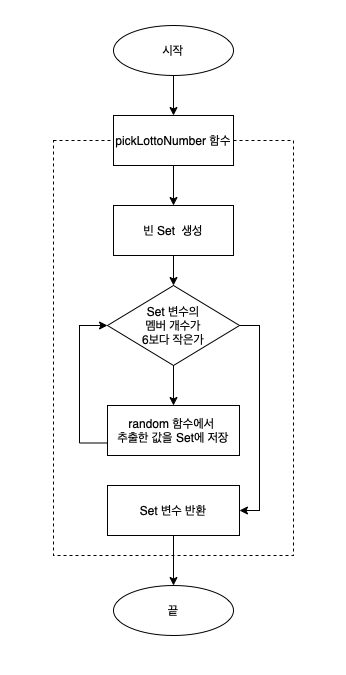
The draw.io diagram lotto_flowChart.drawio.png in yagom-academy/swift-starter-Round2, before a commit. Source tidied: cells renumbered, new cells last; positions are measured from the earlier drawing's top-left corner, leaving out a move shared by most shapes.
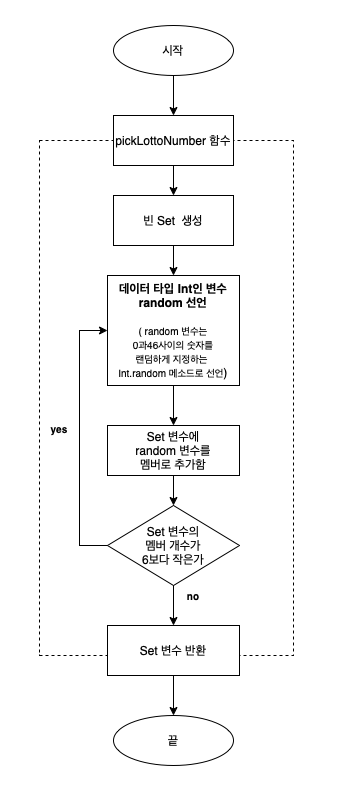
The same diagram one commit later.

Commit message:
random 변수에 대한 수정

Change to the diagram source:
```diff
@@ -3,10 +3,10 @@
     <mxCell id="0" />
     <mxCell id="1" parent="0" />
     <mxCell id="2" style="rounded=0;whiteSpace=wrap;html=1;dashed=1;strokeColor=none;strokeWidth=0;" parent="1" vertex="1">
-      <mxGeometry width="346" height="675" as="geometry" />
+      <mxGeometry width="346" height="805" as="geometry" />
     </mxCell>
     <mxCell id="3" style="rounded=0;whiteSpace=wrap;html=1;dashed=1;" parent="1" vertex="1">
-      <mxGeometry x="53" y="140" width="240" height="415" as="geometry" />
+      <mxGeometry x="39" y="140" width="254" height="515" as="geometry" />
     </mxCell>
     <mxCell id="4" style="edgeStyle=orthogonalEdgeStyle;rounded=0;jettySize=auto;html=1;" parent="1" edge="1" source="5" target="7">
       <mxGeometry relative="1" as="geometry" />
@@ -20,45 +20,52 @@
     <mxCell id="7" value="pickLottoNumber 함수" style="rounded=0;whiteSpace=wrap;html=1;" parent="1" vertex="1">
       <mxGeometry x="113" y="115" width="120" height="50" as="geometry" />
     </mxCell>
-    <mxCell id="8" style="edgeStyle=orthogonalEdgeStyle;rounded=0;jettySize=auto;html=1;" parent="1" edge="1" source="9" target="14">
-      <mxGeometry relative="1" as="geometry" />
-    </mxCell>
+    <mxCell id="18" style="edgeStyle=orthogonalEdgeStyle;rounded=0;jettySize=auto;html=1;entryX=0.5;entryY=0;entryDx=0;entryDy=0;fontSize=10;" parent="1" edge="1" source="9" target="11">
+      <mxGeometry relative="1" as="geometry" />
+    </mxCell>
     <mxCell id="9" value="빈 Set &amp;nbsp;생성" style="rounded=0;whiteSpace=wrap;html=1;" parent="1" vertex="1">
-      <mxGeometry x="113" y="205" width="120" height="50" as="geometry" />
+      <mxGeometry x="113" y="195" width="120" height="50" as="geometry" />
     </mxCell>
-    <mxCell id="10" style="edgeStyle=orthogonalEdgeStyle;rounded=0;jettySize=auto;html=1;entryX=0;entryY=0.5;entryDx=0;entryDy=0;exitX=0;exitY=0.75;exitDx=0;exitDy=0;" parent="1" edge="1" source="11" target="14">
-      <mxGeometry relative="1" as="geometry">
-        <Array as="points">
-          <mxPoint x="79" y="443" />
-          <mxPoint x="79" y="325" />
-        </Array>
-      </mxGeometry>
-    </mxCell>
+    <mxCell id="19" style="edgeStyle=orthogonalEdgeStyle;rounded=0;jettySize=auto;html=1;entryX=0.5;entryY=0;entryDx=0;entryDy=0;fontSize=10;" parent="1" edge="1" source="11" target="21">
+      <mxGeometry relative="1" as="geometry" />
+    </mxCell>
-    <mxCell id="11" value="random 함수에서&amp;nbsp;&lt;br&gt;추출한 값을 Set에 저장" style="rounded=0;whiteSpace=wrap;html=1;" parent="1" vertex="1">
-      <mxGeometry x="107" y="405" width="132" height="50" as="geometry" />
+    <mxCell id="11" value="&lt;b&gt;데이터 타입 Int인 변수 &lt;br&gt;random 선언&lt;br&gt;&lt;/b&gt;&lt;br&gt;&lt;font style=&quot;font-size: 10px&quot;&gt;( random 변수는&lt;br style=&quot;font-size: 10px&quot;&gt;0과46사이의 숫자를&lt;br style=&quot;font-size: 10px&quot;&gt;랜덤하게 지정하는&amp;nbsp;&lt;br style=&quot;font-size: 10px&quot;&gt;Int.random 메소드로 선언&lt;/font&gt;)" style="rounded=0;whiteSpace=wrap;html=1;" parent="1" vertex="1">
+      <mxGeometry x="107" y="275" width="132" height="110" as="geometry" />
     </mxCell>
-    <mxCell id="12" style="edgeStyle=orthogonalEdgeStyle;rounded=0;jettySize=auto;html=1;" parent="1" edge="1" source="14" target="11">
-      <mxGeometry relative="1" as="geometry" />
+    <mxCell id="12" style="edgeStyle=orthogonalEdgeStyle;rounded=0;jettySize=auto;html=1;entryX=0;entryY=0.5;entryDx=0;entryDy=0;fontSize=10;exitX=0;exitY=0.5;exitDx=0;exitDy=0;" parent="1" edge="1" source="14" target="11">
+      <mxGeometry relative="1" as="geometry">
+        <Array as="points">
+          <mxPoint x="79" y="545" />
+          <mxPoint x="79" y="330" />
+        </Array>
+      </mxGeometry>
     </mxCell>
-    <mxCell id="13" style="edgeStyle=orthogonalEdgeStyle;rounded=0;jettySize=auto;html=1;entryX=1;entryY=0.5;entryDx=0;entryDy=0;exitX=1;exitY=0.5;exitDx=0;exitDy=0;" parent="1" edge="1" source="14" target="16">
-      <mxGeometry relative="1" as="geometry">
-        <Array as="points">
-          <mxPoint x="259" y="325" />
-          <mxPoint x="259" y="510" />
-        </Array>
-      </mxGeometry>
+    <mxCell id="13" style="edgeStyle=orthogonalEdgeStyle;rounded=0;jettySize=auto;html=1;fontSize=10;" parent="1" edge="1" source="14" target="16">
+      <mxGeometry relative="1" as="geometry" />
     </mxCell>
     <mxCell id="14" value="Set 변수의&lt;br&gt;멤버 개수가&lt;br&gt;6보다 작은가" style="rhombus;whiteSpace=wrap;html=1;" parent="1" vertex="1">
-      <mxGeometry x="107" y="285" width="132" height="80" as="geometry" />
+      <mxGeometry x="107" y="505" width="132" height="80" as="geometry" />
     </mxCell>
     <mxCell id="15" style="edgeStyle=orthogonalEdgeStyle;rounded=0;jettySize=auto;html=1;entryX=0.5;entryY=0;entryDx=0;entryDy=0;" parent="1" edge="1" source="16" target="17">
       <mxGeometry relative="1" as="geometry" />
     </mxCell>
     <mxCell id="16" value="Set 변수 반환" style="rounded=0;whiteSpace=wrap;html=1;" parent="1" vertex="1">
-      <mxGeometry x="107" y="485" width="132" height="50" as="geometry" />
+      <mxGeometry x="107" y="625" width="132" height="50" as="geometry" />
     </mxCell>
     <mxCell id="17" value="끝" style="ellipse;whiteSpace=wrap;html=1;" parent="1" vertex="1">
-      <mxGeometry x="113" y="585" width="120" height="50" as="geometry" />
+      <mxGeometry x="113" y="715" width="120" height="50" as="geometry" />
     </mxCell>
+    <mxCell id="20" style="edgeStyle=orthogonalEdgeStyle;rounded=0;jettySize=auto;html=1;entryX=0.5;entryY=0;entryDx=0;entryDy=0;fontSize=10;" parent="1" edge="1" source="21" target="14">
+      <mxGeometry relative="1" as="geometry" />
+    </mxCell>
+    <mxCell id="21" value="Set 변수에&lt;br&gt;random 변수를 &lt;br&gt;멤버로 추가함" style="rounded=0;whiteSpace=wrap;html=1;" parent="1" vertex="1">
+      <mxGeometry x="107" y="425" width="132" height="50" as="geometry" />
+    </mxCell>
+    <mxCell id="22" value="yes" style="text;html=1;strokeColor=none;fillColor=none;align=center;verticalAlign=middle;whiteSpace=wrap;rounded=0;fontSize=10;fontStyle=1;" parent="1" vertex="1">
+      <mxGeometry x="39" y="417.5" width="40" height="20" as="geometry" />
+    </mxCell>
+    <mxCell id="23" value="no" style="text;html=1;strokeColor=none;fillColor=none;align=center;verticalAlign=middle;whiteSpace=wrap;rounded=0;fontSize=10;fontStyle=1;" parent="1" vertex="1">
+      <mxGeometry x="173" y="585" width="40" height="20" as="geometry" />
+    </mxCell>
   </root>
 </mxGraphModel>
```
